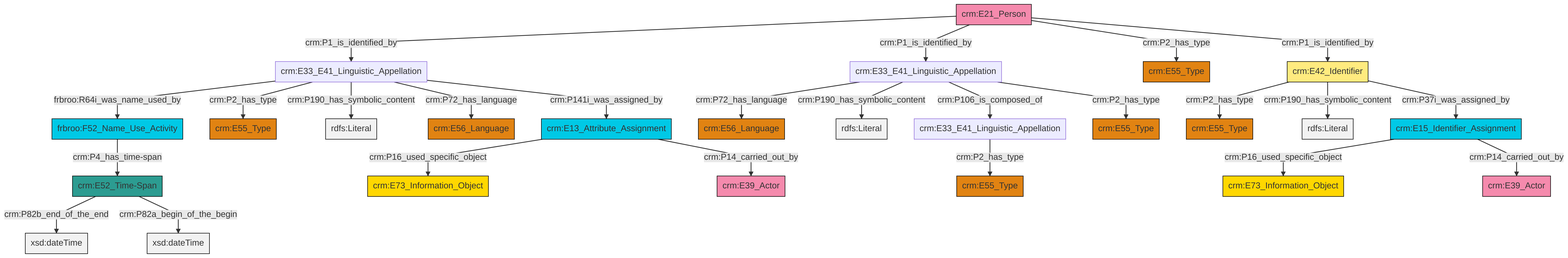
swiss-art-research-net/reference-data-models keeps this Mermaid diagram as et/personCSV/ttl/mmd/png/Person_Names_and_Classification.png. Above is the earlier version. Its source is kept beside it as et/personCSV/ttl/mmd/Person_Names_and_Classification.ttl.mmd.
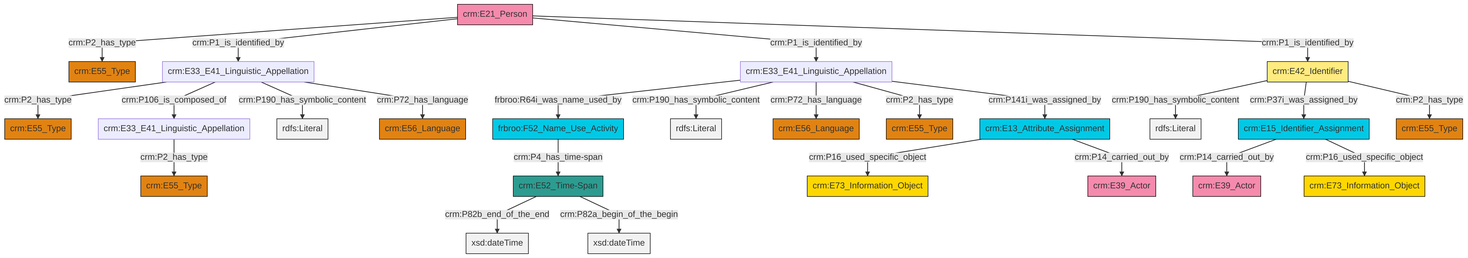
The same file after the commit.

Diff of the diagram source:
```diff
@@ -13,27 +13,27 @@
 classDef PC_Classes fill:#4ce600, stroke:#000000;
 classDef Multi fill:#cccccc,stroke:#000000;
 
-2["crm:E13_Attribute_Assignment"]:::Temporal_Entity -->|crm:P16_used_specific_object| 3["crm:E73_Information_Object"]:::Conceptual_Object
-7["crm:E21_Person"]:::Actor -->|crm:P1_is_identified_by| 8["crm:E33_E41_Linguistic_Appellation"]:::Default
-9["crm:E33_E41_Linguistic_Appellation"]:::Default -->|crm:P72_has_language| 10["crm:E56_Language"]:::Type
-9["crm:E33_E41_Linguistic_Appellation"]:::Default -->|crm:P190_has_symbolic_content| 18[rdfs:Literal]:::Literal
-8["crm:E33_E41_Linguistic_Appellation"]:::Default -->|frbroo:R64i_was_name_used_by| 21["frbroo:F52_Name_Use_Activity"]:::Temporal_Entity
-7["crm:E21_Person"]:::Actor -->|crm:P1_is_identified_by| 9["crm:E33_E41_Linguistic_Appellation"]:::Default
-8["crm:E33_E41_Linguistic_Appellation"]:::Default -->|crm:P2_has_type| 19["crm:E55_Type"]:::Type
-8["crm:E33_E41_Linguistic_Appellation"]:::Default -->|crm:P190_has_symbolic_content| 29[rdfs:Literal]:::Literal
-2["crm:E13_Attribute_Assignment"]:::Temporal_Entity -->|crm:P14_carried_out_by| 30["crm:E39_Actor"]:::Actor
-31["crm:E42_Identifier"]:::Appellation -->|crm:P2_has_type| 32["crm:E55_Type"]:::Type
-9["crm:E33_E41_Linguistic_Appellation"]:::Default -->|crm:P106_is_composed_of| 26["crm:E33_E41_Linguistic_Appellation"]:::Default
-9["crm:E33_E41_Linguistic_Appellation"]:::Default -->|crm:P2_has_type| 0["crm:E55_Type"]:::Type
-31["crm:E42_Identifier"]:::Appellation -->|crm:P190_has_symbolic_content| 38[rdfs:Literal]:::Literal
-31["crm:E42_Identifier"]:::Appellation -->|crm:P37i_was_assigned_by| 12["crm:E15_Identifier_Assignment"]:::Temporal_Entity
-26["crm:E33_E41_Linguistic_Appellation"]:::Default -->|crm:P2_has_type| 4["crm:E55_Type"]:::Type
-23["crm:E52_Time-Span"]:::Time-Span -->|crm:P82b_end_of_the_end| 40[xsd:dateTime]:::Literal
-7["crm:E21_Person"]:::Actor -->|crm:P2_has_type| 36["crm:E55_Type"]:::Type
-8["crm:E33_E41_Linguistic_Appellation"]:::Default -->|crm:P72_has_language| 16["crm:E56_Language"]:::Type
-12["crm:E15_Identifier_Assignment"]:::Temporal_Entity -->|crm:P16_used_specific_object| 34["crm:E73_Information_Object"]:::Conceptual_Object
-8["crm:E33_E41_Linguistic_Appellation"]:::Default -->|crm:P141i_was_assigned_by| 2["crm:E13_Attribute_Assignment"]:::Temporal_Entity
-7["crm:E21_Person"]:::Actor -->|crm:P1_is_identified_by| 31["crm:E42_Identifier"]:::Appellation
-12["crm:E15_Identifier_Assignment"]:::Temporal_Entity -->|crm:P14_carried_out_by| 42["crm:E39_Actor"]:::Actor
-21["frbroo:F52_Name_Use_Activity"]:::Temporal_Entity -->|crm:P4_has_time-span| 23["crm:E52_Time-Span"]:::Time-Span
-23["crm:E52_Time-Span"]:::Time-Span -->|crm:P82a_begin_of_the_begin| 46[xsd:dateTime]:::Literal
+6["crm:E13_Attribute_Assignment"]:::Temporal_Entity -->|crm:P16_used_specific_object| 7["crm:E73_Information_Object"]:::Conceptual_Object
+13["crm:E33_E41_Linguistic_Appellation"]:::Default -->|frbroo:R64i_was_name_used_by| 14["frbroo:F52_Name_Use_Activity"]:::Temporal_Entity
+8["crm:E33_E41_Linguistic_Appellation"]:::Default -->|crm:P2_has_type| 17["crm:E55_Type"]:::Type
+13["crm:E33_E41_Linguistic_Appellation"]:::Default -->|crm:P190_has_symbolic_content| 20[rdfs:Literal]:::Literal
+13["crm:E33_E41_Linguistic_Appellation"]:::Default -->|crm:P72_has_language| 21["crm:E56_Language"]:::Type
+23["crm:E33_E41_Linguistic_Appellation"]:::Default -->|crm:P2_has_type| 15["crm:E55_Type"]:::Type
+18["crm:E15_Identifier_Assignment"]:::Temporal_Entity -->|crm:P14_carried_out_by| 24["crm:E39_Actor"]:::Actor
+18["crm:E15_Identifier_Assignment"]:::Temporal_Entity -->|crm:P16_used_specific_object| 25["crm:E73_Information_Object"]:::Conceptual_Object
+26["crm:E21_Person"]:::Actor -->|crm:P2_has_type| 11["crm:E55_Type"]:::Type
+0["crm:E52_Time-Span"]:::Time-Span -->|crm:P82b_end_of_the_end| 29[xsd:dateTime]:::Literal
+23["crm:E33_E41_Linguistic_Appellation"]:::Default -->|crm:P106_is_composed_of| 8["crm:E33_E41_Linguistic_Appellation"]:::Default
+26["crm:E21_Person"]:::Actor -->|crm:P1_is_identified_by| 23["crm:E33_E41_Linguistic_Appellation"]:::Default
+13["crm:E33_E41_Linguistic_Appellation"]:::Default -->|crm:P2_has_type| 32["crm:E55_Type"]:::Type
+23["crm:E33_E41_Linguistic_Appellation"]:::Default -->|crm:P190_has_symbolic_content| 34[rdfs:Literal]:::Literal
+14["frbroo:F52_Name_Use_Activity"]:::Temporal_Entity -->|crm:P4_has_time-span| 0["crm:E52_Time-Span"]:::Time-Span
+13["crm:E33_E41_Linguistic_Appellation"]:::Default -->|crm:P141i_was_assigned_by| 6["crm:E13_Attribute_Assignment"]:::Temporal_Entity
+37["crm:E42_Identifier"]:::Appellation -->|crm:P190_has_symbolic_content| 39[rdfs:Literal]:::Literal
+37["crm:E42_Identifier"]:::Appellation -->|crm:P37i_was_assigned_by| 18["crm:E15_Identifier_Assignment"]:::Temporal_Entity
+26["crm:E21_Person"]:::Actor -->|crm:P1_is_identified_by| 13["crm:E33_E41_Linguistic_Appellation"]:::Default
+23["crm:E33_E41_Linguistic_Appellation"]:::Default -->|crm:P72_has_language| 30["crm:E56_Language"]:::Type
+26["crm:E21_Person"]:::Actor -->|crm:P1_is_identified_by| 37["crm:E42_Identifier"]:::Appellation
+6["crm:E13_Attribute_Assignment"]:::Temporal_Entity -->|crm:P14_carried_out_by| 2["crm:E39_Actor"]:::Actor
+0["crm:E52_Time-Span"]:::Time-Span -->|crm:P82a_begin_of_the_begin| 46[xsd:dateTime]:::Literal
+37["crm:E42_Identifier"]:::Appellation -->|crm:P2_has_type| 4["crm:E55_Type"]:::Type
```
